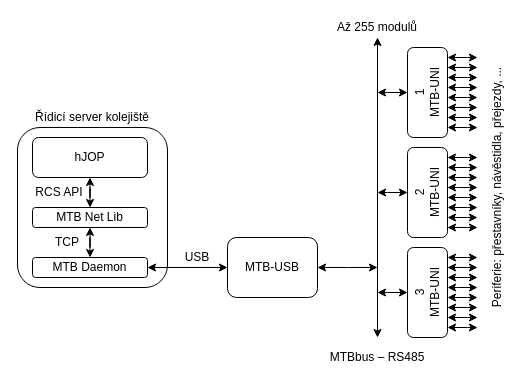
Earlier version of the draw.io diagram data/new-topology.drawio (horacekj/mgrthesis). Source tidied: cells renumbered, new cells numbered last; positions are measured from the earlier drawing's top-left corner, leaving out a move shared by most shapes. Both pictures are drawn from the tidied source at 100%, with x=0, y=0 at pixel (17, 17).
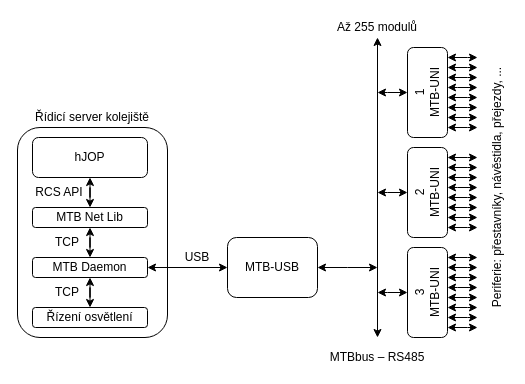
The same page after the edit.

Unchanged cells that the change refers to:
```xml
<mxCell id="15" value="MTB Daemon" style="rounded=1;whiteSpace=wrap;html=1;" parent="1" vertex="1">
  <mxGeometry x="15" y="240" width="115" height="20" as="geometry" />
</mxCell>
```

What changed in the source:
```diff
@@
     <mxCell id="2" style="rounded=1;whiteSpace=wrap;html=1;" parent="1" vertex="1">
-      <mxGeometry y="110" width="150" height="160" as="geometry" />
+      <mxGeometry y="110" width="150" height="210" as="geometry" />
     </mxCell>
@@
+    <mxCell id="52" style="edgeStyle=orthogonalEdgeStyle;rounded=0;jettySize=auto;html=1;entryX=0.5;entryY=1;entryDx=0;entryDy=0;startArrow=classic;startFill=1;" parent="1" edge="1" source="53" target="15">
+      <mxGeometry relative="1" as="geometry" />
+    </mxCell>
+    <mxCell id="53" value="Řízení osvětlení" style="rounded=1;whiteSpace=wrap;html=1;" parent="1" vertex="1">
+      <mxGeometry x="15" y="290" width="115" height="20" as="geometry" />
+    </mxCell>
+    <mxCell id="54" value="TCP" style="text;html=1;strokeColor=none;fillColor=none;align=center;verticalAlign=middle;whiteSpace=wrap;rounded=0;" parent="1" vertex="1">
+      <mxGeometry x="30" y="265" width="40" height="20" as="geometry" />
+    </mxCell>
```
